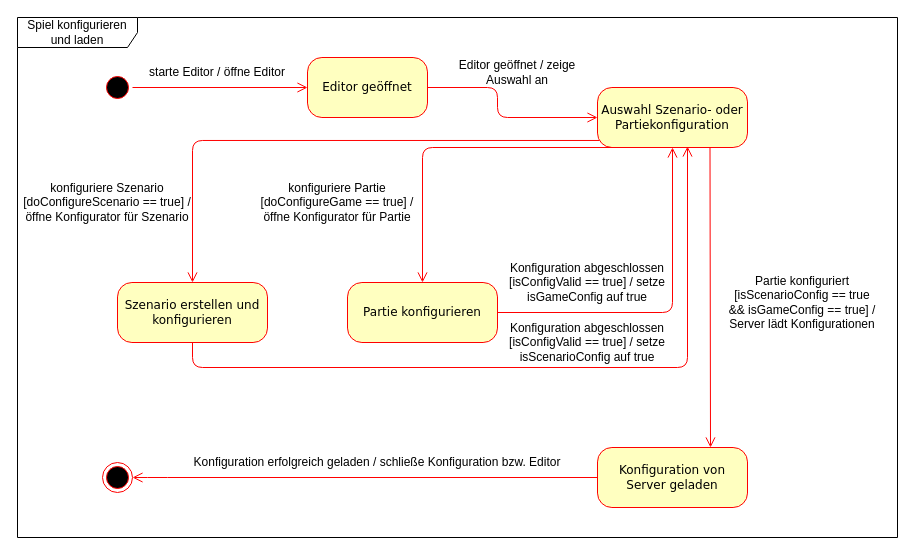
LeverageAlex/DuneRTS keeps this draw.io diagram as page "Hauptdiagram" (1 of 2) of Documentation/Models/Spiel_konfigurieren.drawio. Above is the earlier version. Source tidied: cells renumbered, new cells numbered last; positions are measured from the earlier drawing's top-left corner, leaving out a move shared by most shapes. Both pictures are drawn from the tidied source at 100%, with x=0, y=0 at pixel (17, 17).
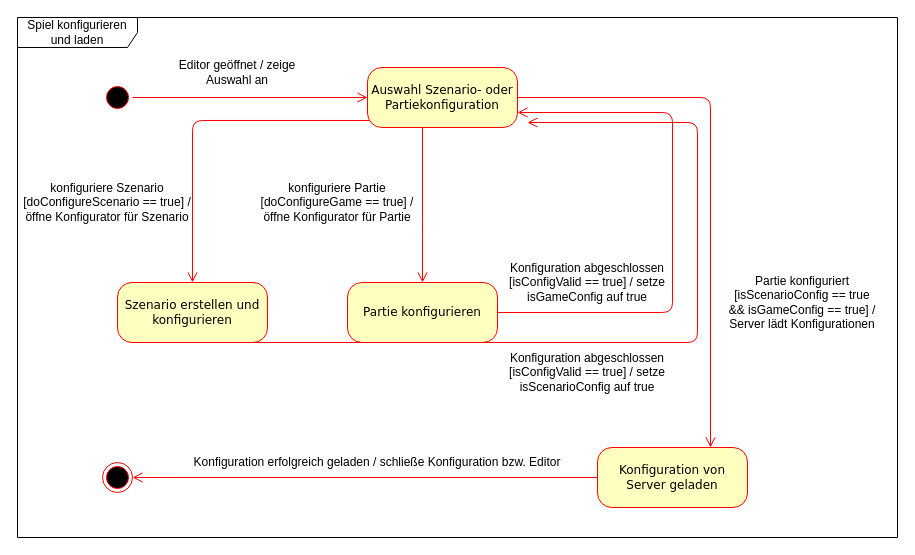
The same page after the edit.

Unchanged cells that the change refers to:
```xml
<mxCell id="9" value="Konfiguration von Server geladen" style="rounded=1;whiteSpace=wrap;html=1;arcSize=24;fillColor=#ffffc0;strokeColor=#ff0000;shadow=0;comic=0;labelBackgroundColor=none;fontFamily=Verdana;fontSize=12;fontColor=#000000;align=center;" parent="1" vertex="1">
  <mxGeometry x="580" y="430" width="150" height="60" as="geometry" />
</mxCell>
<mxCell id="15" value="Partie konfigurieren" style="rounded=1;whiteSpace=wrap;html=1;arcSize=24;fillColor=#ffffc0;strokeColor=#ff0000;shadow=0;comic=0;labelBackgroundColor=none;fontFamily=Verdana;fontSize=12;fontColor=#000000;align=center;" parent="1" vertex="1">
  <mxGeometry x="330" y="265" width="150" height="60" as="geometry" />
</mxCell>
<mxCell id="16" value="Szenario erstellen und konfigurieren" style="rounded=1;whiteSpace=wrap;html=1;arcSize=24;fillColor=#ffffc0;strokeColor=#ff0000;shadow=0;comic=0;labelBackgroundColor=none;fontFamily=Verdana;fontSize=12;fontColor=#000000;align=center;" parent="1" vertex="1">
  <mxGeometry x="100" y="265" width="150" height="60" as="geometry" />
</mxCell>
```

Diff of the diagram source:
```diff
@@
     <mxCell id="3" style="ellipse;html=1;shape=startState;fillColor=#000000;strokeColor=#ff0000;rounded=1;shadow=0;comic=0;labelBackgroundColor=none;fontFamily=Verdana;fontSize=12;fontColor=#000000;align=center;direction=south;" parent="1" vertex="1">
-      <mxGeometry x="85" y="55" width="30" height="30" as="geometry" />
+      <mxGeometry x="85" y="65" width="30" height="30" as="geometry" />
     </mxCell>
-    <mxCell id="4" value="Editor geöffnet" style="rounded=1;whiteSpace=wrap;html=1;arcSize=24;fillColor=#ffffc0;strokeColor=#ff0000;shadow=0;comic=0;labelBackgroundColor=none;fontFamily=Verdana;fontSize=12;fontColor=#000000;align=center;" parent="1" vertex="1">
-      <mxGeometry x="290" y="40" width="120" height="60" as="geometry" />
-    </mxCell>
-    <mxCell id="5" style="edgeStyle=orthogonalEdgeStyle;html=1;labelBackgroundColor=none;endArrow=open;endSize=8;strokeColor=#ff0000;fontFamily=Verdana;fontSize=12;align=left;" parent="1" edge="1" source="3" target="4">
-      <mxGeometry relative="1" as="geometry" />
+    <mxCell id="5" style="edgeStyle=orthogonalEdgeStyle;html=1;labelBackgroundColor=none;endArrow=open;endSize=8;strokeColor=#ff0000;fontFamily=Verdana;fontSize=12;align=left;" parent="1" edge="1" source="3">
+      <mxGeometry relative="1" as="geometry">
+        <mxPoint x="350" y="80" as="targetPoint" />
+      </mxGeometry>
     </mxCell>
-    <mxCell id="6" value="starte Editor / öffne Editor" style="text;html=1;strokeColor=none;fillColor=none;align=center;verticalAlign=middle;whiteSpace=wrap;rounded=0;" parent="1" vertex="1">
-      <mxGeometry x="120" y="40" width="160" height="30" as="geometry" />
-    </mxCell>
     <mxCell id="7" value="Auswahl Szenario- oder Partiekonfiguration" style="rounded=1;whiteSpace=wrap;html=1;arcSize=24;fillColor=#ffffc0;strokeColor=#ff0000;shadow=0;comic=0;labelBackgroundColor=none;fontFamily=Verdana;fontSize=12;fontColor=#000000;align=center;" parent="1" vertex="1">
-      <mxGeometry x="580" y="70" width="150" height="60" as="geometry" />
+      <mxGeometry x="350" y="50" width="150" height="60" as="geometry" />
     </mxCell>
@@
-    <mxCell id="13" style="edgeStyle=elbowEdgeStyle;html=1;labelBackgroundColor=none;endArrow=open;endSize=8;strokeColor=#ff0000;fontFamily=Verdana;fontSize=12;align=left;exitX=1;exitY=0.5;exitDx=0;exitDy=0;entryX=0;entryY=0.5;entryDx=0;entryDy=0;" parent="1" edge="1" source="4" target="7">
-      <mxGeometry relative="1" as="geometry">
-        <Array as="points">
-          <mxPoint x="480" y="100" />
-          <mxPoint x="1285" y="460" />
-        </Array>
-      </mxGeometry>
-    </mxCell>
     <mxCell id="14" value="Editor geöffnet / zeige Auswahl an" style="text;html=1;strokeColor=none;fillColor=none;align=center;verticalAlign=middle;whiteSpace=wrap;rounded=0;" parent="1" vertex="1">
-      <mxGeometry x="420" y="40" width="160" height="30" as="geometry" />
+      <mxGeometry x="140" y="40" width="160" height="30" as="geometry" />
     </mxCell>
@@
-    <mxCell id="18" style="edgeStyle=elbowEdgeStyle;html=1;labelBackgroundColor=none;endArrow=open;endSize=8;strokeColor=#ff0000;fontFamily=Verdana;fontSize=12;align=left;exitX=0.75;exitY=1;exitDx=0;exitDy=0;entryX=0.75;entryY=0;entryDx=0;entryDy=0;" parent="1" edge="1" source="7" target="9">
+    <mxCell id="18" style="edgeStyle=elbowEdgeStyle;html=1;labelBackgroundColor=none;endArrow=open;endSize=8;strokeColor=#ff0000;fontFamily=Verdana;fontSize=12;align=left;exitX=1;exitY=0.5;exitDx=0;exitDy=0;entryX=0.75;entryY=0;entryDx=0;entryDy=0;" parent="1" edge="1" source="7" target="9">
       <mxGeometry relative="1" as="geometry">
         <Array as="points">
           <mxPoint x="693" y="280" />
           <mxPoint x="1285" y="460" />
         </Array>
       </mxGeometry>
     </mxCell>
@@
-    <mxCell id="21" style="edgeStyle=elbowEdgeStyle;html=1;labelBackgroundColor=none;endArrow=open;endSize=8;strokeColor=#ff0000;fontFamily=Verdana;fontSize=12;align=left;exitX=0.25;exitY=1;exitDx=0;exitDy=0;entryX=0.5;entryY=0;entryDx=0;entryDy=0;" parent="1" edge="1" source="7" target="15">
+    <mxCell id="21" style="edgeStyle=elbowEdgeStyle;html=1;labelBackgroundColor=none;endArrow=open;endSize=8;strokeColor=#ff0000;fontFamily=Verdana;fontSize=12;align=left;entryX=0.5;entryY=0;entryDx=0;entryDy=0;" parent="1" edge="1" target="15">
       <mxGeometry relative="1" as="geometry">
+        <mxPoint x="405" y="110" as="sourcePoint" />
         <Array as="points">
           <mxPoint x="405" y="210" />
           <mxPoint x="1181.5" y="480" />
         </Array>
       </mxGeometry>
     </mxCell>
-    <mxCell id="22" style="edgeStyle=elbowEdgeStyle;html=1;labelBackgroundColor=none;endArrow=open;endSize=8;strokeColor=#ff0000;fontFamily=Verdana;fontSize=12;align=left;exitX=1;exitY=0.5;exitDx=0;exitDy=0;entryX=0.5;entryY=1;entryDx=0;entryDy=0;" parent="1" edge="1" source="15" target="7">
+    <mxCell id="22" style="edgeStyle=elbowEdgeStyle;html=1;labelBackgroundColor=none;endArrow=open;endSize=8;strokeColor=#ff0000;fontFamily=Verdana;fontSize=12;align=left;exitX=1;exitY=0.5;exitDx=0;exitDy=0;entryX=1;entryY=0.75;entryDx=0;entryDy=0;" parent="1" edge="1" source="15" target="7">
       <mxGeometry relative="1" as="geometry">
         <Array as="points">
           <mxPoint x="655" y="210" />
           <mxPoint x="1191.5" y="490" />
         </Array>
       </mxGeometry>
     </mxCell>
-    <mxCell id="23" style="edgeStyle=elbowEdgeStyle;html=1;labelBackgroundColor=none;endArrow=open;endSize=8;strokeColor=#ff0000;fontFamily=Verdana;fontSize=12;align=left;exitX=0.5;exitY=1;exitDx=0;exitDy=0;entryX=0.6;entryY=0.983;entryDx=0;entryDy=0;entryPerimeter=0;" parent="1" edge="1" source="16" target="7">
-      <mxGeometry relative="1" as="geometry">
-        <Array as="points">
-          <mxPoint x="670" y="350" />
-          <mxPoint x="1201.5" y="500" />
-        </Array>
-      </mxGeometry>
-    </mxCell>
@@
     <mxCell id="25" value="Konfiguration abgeschlossen [isConfigValid == true] / setze isScenarioConfig auf true" style="text;html=1;strokeColor=none;fillColor=none;align=center;verticalAlign=middle;whiteSpace=wrap;rounded=0;" parent="1" vertex="1">
-      <mxGeometry x="480" y="310" width="180" height="30" as="geometry" />
+      <mxGeometry x="480" y="340" width="180" height="30" as="geometry" />
     </mxCell>
+    <mxCell id="26" style="edgeStyle=elbowEdgeStyle;html=1;labelBackgroundColor=none;endArrow=open;endSize=8;strokeColor=#ff0000;fontFamily=Verdana;fontSize=12;align=left;exitX=0.5;exitY=1;exitDx=0;exitDy=0;entryX=1;entryY=0.75;entryDx=0;entryDy=0;" parent="1" edge="1" source="16">
+      <mxGeometry relative="1" as="geometry">
+        <mxPoint x="510" y="105" as="targetPoint" />
+        <Array as="points">
+          <mxPoint x="680" y="390" />
+          <mxPoint x="665" y="220" />
+          <mxPoint x="1201.5" y="500" />
+        </Array>
+      </mxGeometry>
+    </mxCell>
```
